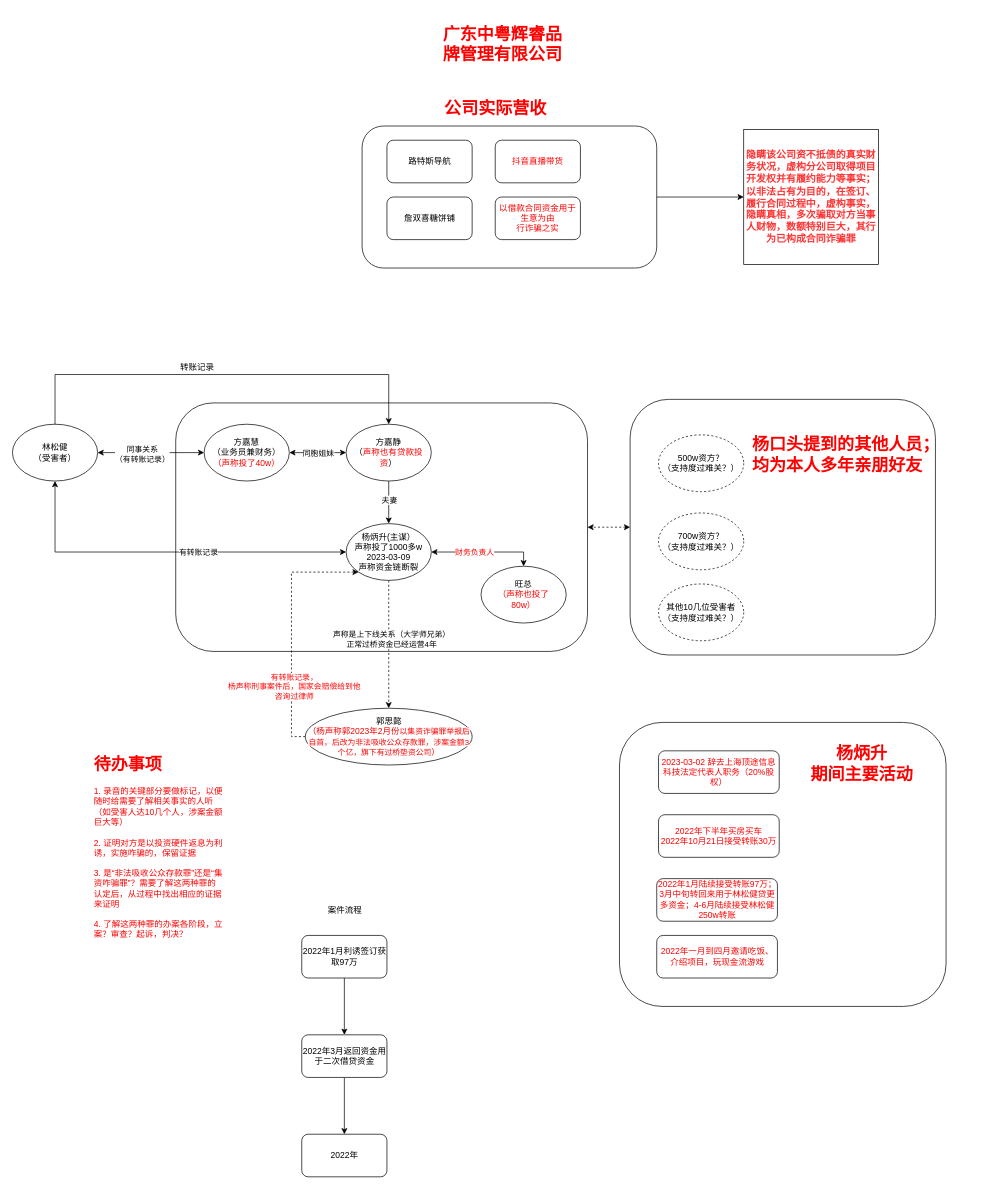
The draw.io diagram scaffolds/案件过程.drawio in Devil0/MyBlog, before the edit. Source tidied: cells renumbered, new cells numbered last; positions are measured from the earlier drawing's top-left corner, leaving out a move shared by most shapes. Both pictures are drawn from the tidied source at 71%, with x=0, y=0 at pixel (12, 12).
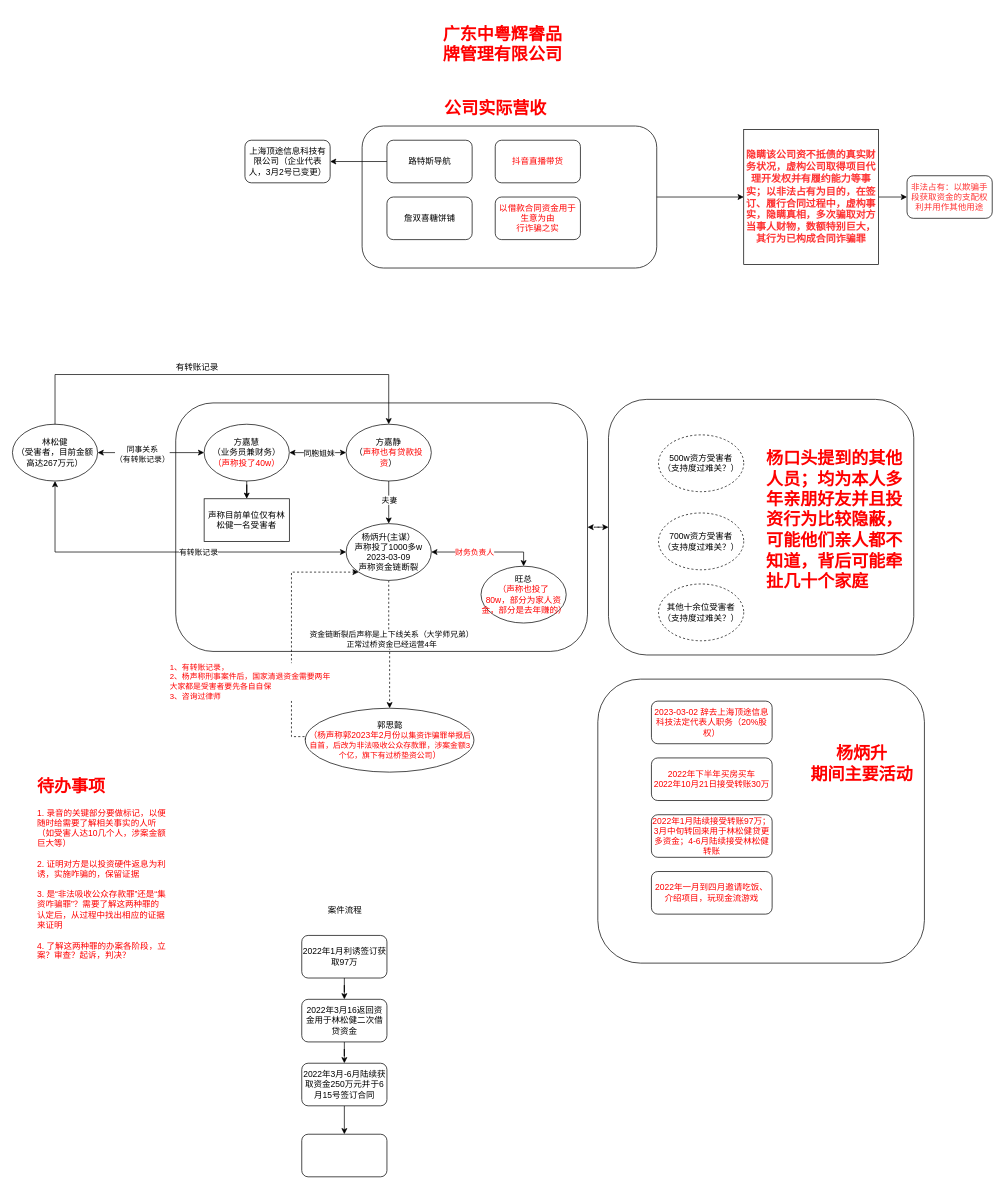
The same page after the edit.

Commit message:
更新案件过程.drawio

The change refers to these unchanged cells:
```xml
<mxCell id="10" style="edgeStyle=orthogonalEdgeStyle;rounded=0;jettySize=auto;html=1;startArrow=classic;startFill=1;" parent="1" edge="1" source="12" target="15">
  <mxGeometry relative="1" as="geometry" />
</mxCell>
<mxCell id="12" value="方嘉慧&lt;br&gt;（业务员兼财务）&lt;br&gt;&lt;span style=&quot;color: rgb(255, 0, 0);&quot;&gt;（声称投了40w）&lt;/span&gt;" style="ellipse;whiteSpace=wrap;html=1;" parent="1" vertex="1">
  <mxGeometry x="270" y="580" width="120" height="80" as="geometry" />
</mxCell>
<mxCell id="18" style="edgeStyle=orthogonalEdgeStyle;rounded=0;jettySize=auto;html=1;dashed=1;" parent="1" edge="1" source="20" target="24">
  <mxGeometry relative="1" as="geometry" />
</mxCell>
<mxCell id="22" style="edgeStyle=orthogonalEdgeStyle;rounded=0;jettySize=auto;html=1;exitX=0;exitY=0.5;exitDx=0;exitDy=0;entryX=0;entryY=1;entryDx=0;entryDy=0;fontColor=#FF0000;startArrow=none;startFill=0;dashed=1;" parent="1" edge="1" source="24" target="20">
  <mxGeometry relative="1" as="geometry">
    <Array as="points">
      <mxPoint x="393" y="1020" />
      <mxPoint x="393" y="788" />
    </Array>
  </mxGeometry>
</mxCell>
<mxCell id="42" value="路特斯导航" style="rounded=1;whiteSpace=wrap;html=1;" parent="1" vertex="1">
  <mxGeometry x="527.5" y="180" width="120" height="60" as="geometry" />
</mxCell>
```

Diff of the diagram source:
```diff
@@
     <mxCell id="3" style="rounded=1;whiteSpace=wrap;html=1;" parent="1" vertex="1">
-      <mxGeometry x="870" y="545" width="430" height="360" as="geometry" />
+      <mxGeometry x="839.5" y="545" width="430" height="360" as="geometry" />
     </mxCell>
@@
-    <mxCell id="9" value="林松健&lt;br&gt;（受害者）" style="ellipse;whiteSpace=wrap;html=1;" parent="1" vertex="1">
+    <mxCell id="9" value="林松健&lt;br&gt;（受害者，目前金额高达267万元）" style="ellipse;whiteSpace=wrap;html=1;" parent="1" vertex="1">
       <mxGeometry y="580" width="120" height="80" as="geometry" />
     </mxCell>
@@
     <mxCell id="11" value="同胞姐妹" style="edgeLabel;html=1;align=center;verticalAlign=middle;" parent="10" vertex="1">
       <mxGeometry x="-0.38" y="-1" relative="1" as="geometry">
-        <mxPoint x="15" y="-1" as="offset" />
+        <mxPoint x="16" y="-1" as="offset" />
       </mxGeometry>
     </mxCell>
+    <mxCell id="53" style="edgeStyle=orthogonalEdgeStyle;rounded=0;jettySize=auto;html=1;" parent="1" edge="1" source="12" target="59">
+      <mxGeometry relative="1" as="geometry" />
+    </mxCell>
@@
-    <mxCell id="19" value="声称是上下线关系（大学师兄弟）&lt;br&gt;正常过桥资金已经运营4年" style="edgeLabel;html=1;align=center;verticalAlign=middle;" parent="18" vertex="1">
+    <mxCell id="19" value="资金链断裂后声称是上下线关系（大学师兄弟）&lt;br&gt;正常过桥资金已经运营4年" style="edgeLabel;html=1;align=center;verticalAlign=middle;" parent="18" vertex="1">
       <mxGeometry x="-0.09" y="3" relative="1" as="geometry" />
     </mxCell>
@@
-    <mxCell id="21" value="旺总&lt;br&gt;&lt;font color=&quot;#ff0000&quot;&gt;（声称也投了&lt;br&gt;80w）&lt;/font&gt;" style="ellipse;whiteSpace=wrap;html=1;" parent="1" vertex="1">
+    <mxCell id="21" value="旺总&lt;br&gt;&lt;font color=&quot;#ff0000&quot;&gt;（声称也投了&lt;br&gt;80w，部分为家人资金，部分是去年赚的）&lt;/font&gt;" style="ellipse;whiteSpace=wrap;html=1;" parent="1" vertex="1">
       <mxGeometry x="660" y="780" width="120" height="80" as="geometry" />
     </mxCell>
@@
-    <mxCell id="23" value="有转账记录，&lt;br&gt;杨声称刑事案件后，国家会赔偿给到他&lt;br&gt;咨询过律师" style="edgeLabel;html=1;align=center;verticalAlign=middle;fontColor=#FF0000;" parent="22" vertex="1">
-      <mxGeometry x="-0.48" y="-3" relative="1" as="geometry" />
+    <mxCell id="23" value="1、有转账记录，&lt;br&gt;2、杨声称刑事案件后，国家清退资金需要两年&lt;br&gt;大家都是受害者要先各自自保&lt;br&gt;3、咨询过律师" style="edgeLabel;html=1;align=left;verticalAlign=middle;fontColor=#FF0000;" parent="22" vertex="1">
+      <mxGeometry x="-0.48" y="-3" relative="1" as="geometry">
+        <mxPoint x="-176" y="-11" as="offset" />
+      </mxGeometry>
     </mxCell>
     <mxCell id="24" value="郭思懿&lt;br&gt;&lt;font color=&quot;#ff0000&quot;&gt;（杨声称郭2023年2月份&lt;span style=&quot;font-size: 11px; background-color: rgb(255, 255, 255);&quot;&gt;以集资诈骗罪举报后自首，后改为非法吸收公众存款罪，涉案金额3个亿，旗下有过桥垫资公司&lt;/span&gt;）&lt;/font&gt;" style="ellipse;whiteSpace=wrap;html=1;" parent="1" vertex="1">
-      <mxGeometry x="412.5" y="980" width="235" height="80" as="geometry" />
+      <mxGeometry x="412.5" y="980" width="237.5" height="90" as="geometry" />
     </mxCell>
@@
-    <mxCell id="26" value="500w资方？&lt;br&gt;（支持度过难关？）" style="ellipse;whiteSpace=wrap;html=1;dashed=1;" parent="1" vertex="1">
+    <mxCell id="26" value="500w资方受害者&lt;br&gt;（支持度过难关？）" style="ellipse;whiteSpace=wrap;html=1;dashed=1;" parent="1" vertex="1">
       <mxGeometry x="910" y="595" width="120" height="80" as="geometry" />
     </mxCell>
-    <mxCell id="27" value="700w资方？&lt;br&gt;（支持度过难关？）" style="ellipse;whiteSpace=wrap;html=1;dashed=1;" parent="1" vertex="1">
+    <mxCell id="27" value="700w资方受害者&lt;br&gt;（支持度过难关？）" style="ellipse;whiteSpace=wrap;html=1;dashed=1;" parent="1" vertex="1">
       <mxGeometry x="910" y="705" width="120" height="80" as="geometry" />
     </mxCell>
-    <mxCell id="28" value="其他10几位受害者&lt;br&gt;（支持度过难关？）" style="ellipse;whiteSpace=wrap;html=1;dashed=1;" parent="1" vertex="1">
+    <mxCell id="28" value="其他十余位受害者&lt;br&gt;（支持度过难关？）" style="ellipse;whiteSpace=wrap;html=1;dashed=1;" parent="1" vertex="1">
       <mxGeometry x="910" y="805" width="120" height="80" as="geometry" />
     </mxCell>
-    <mxCell id="29" value="杨口头提到的其他人员；&lt;br&gt;均为本人多年亲朋好友" style="text;strokeColor=none;fillColor=none;html=1;fontSize=24;fontStyle=1;verticalAlign=middle;align=left;dashed=1;fontColor=#FF0000;" parent="1" vertex="1">
-      <mxGeometry x="1040" y="525" width="129" height="195" as="geometry" />
+    <mxCell id="29" value="杨口头提到的其他人员；均为本人多年亲朋好友并且投资行为比较隐蔽，可能他们亲人都不知道，背后可能牵扯几十个家庭" style="text;strokeColor=none;fillColor=none;html=1;fontSize=24;fontStyle=1;verticalAlign=middle;align=left;dashed=1;fontColor=#FF0000;whiteSpace=wrap;" parent="1" vertex="1">
+      <mxGeometry x="1060" y="600" width="200" height="230" as="geometry" />
     </mxCell>
@@
     <mxCell id="34" style="rounded=1;whiteSpace=wrap;html=1;" parent="1" vertex="1">
-      <mxGeometry x="855" y="1000" width="460" height="400" as="geometry" />
+      <mxGeometry x="824.5" y="939" width="460" height="400" as="geometry" />
     </mxCell>
@@
     <mxCell id="36" value="2023-03-02 辞去上海顶途信息科技法定代表人&lt;span style=&quot;background-color: initial;&quot;&gt;职务（20%股权）&lt;/span&gt;" style="rounded=1;whiteSpace=wrap;html=1;fontColor=#FF0000;" parent="1" vertex="1">
-      <mxGeometry x="910" y="1040" width="170" height="60" as="geometry" />
+      <mxGeometry x="900" y="970" width="170" height="60" as="geometry" />
     </mxCell>
     <mxCell id="37" value="2022年下半年买房买车&lt;br&gt;2022年10月21日接受转账30万" style="rounded=1;whiteSpace=wrap;html=1;fontColor=#FF0000;" parent="1" vertex="1">
-      <mxGeometry x="910" y="1130" width="170" height="60" as="geometry" />
+      <mxGeometry x="900" y="1050" width="170" height="60" as="geometry" />
     </mxCell>
-    <mxCell id="38" value="2022年1月陆续接受转账97万；&lt;br&gt;3月中旬转回来用于林松健贷更多资金；4-6月陆续接受林松健250w转账" style="rounded=1;whiteSpace=wrap;html=1;fontColor=#FF0000;" parent="1" vertex="1">
-      <mxGeometry x="907.5" y="1220" width="170" height="60" as="geometry" />
+    <mxCell id="38" value="2022年1月陆续接受转账97万；&lt;br&gt;3月中旬转回来用于林松健贷更多资金；4-6月陆续接受林松健转账" style="rounded=1;whiteSpace=wrap;html=1;fontColor=#FF0000;" parent="1" vertex="1">
+      <mxGeometry x="900" y="1130" width="170" height="60" as="geometry" />
     </mxCell>
     <mxCell id="39" value="&lt;h1&gt;&lt;font color=&quot;#ff0000&quot;&gt;待办事项&lt;/font&gt;&lt;/h1&gt;&lt;div&gt;&lt;font color=&quot;#ff0000&quot;&gt;1. 录音的关键部分要做标记，以便随时给需要了解相关事实的人听（如受害人达10几个人，涉案金额巨大等）&lt;/font&gt;&lt;/div&gt;&lt;div&gt;&lt;font color=&quot;#ff0000&quot;&gt;&lt;br&gt;&lt;/font&gt;&lt;/div&gt;&lt;div&gt;&lt;font color=&quot;#ff0000&quot;&gt;2. 证明对方是以投资硬件返息为利诱，实施咋骗的，保留证据&lt;/font&gt;&lt;/div&gt;&lt;div&gt;&lt;font color=&quot;#ff0000&quot;&gt;&lt;br&gt;&lt;/font&gt;&lt;/div&gt;&lt;div&gt;&lt;font color=&quot;#ff0000&quot;&gt;3. 是“非法吸收公众存款罪”还是“集资咋骗罪”？需要了解这两种罪的认定后，从过程中找出相应的证据来证明&lt;/font&gt;&lt;/div&gt;&lt;div&gt;&lt;font color=&quot;#ff0000&quot;&gt;&lt;br&gt;&lt;/font&gt;&lt;/div&gt;&lt;div&gt;&lt;font color=&quot;#ff0000&quot;&gt;4. 了解这两种罪的办案各阶段，立案？审查？起诉，判决？&lt;/font&gt;&lt;/div&gt;" style="text;html=1;strokeColor=none;fillColor=none;spacing=5;spacingTop=-20;whiteSpace=wrap;overflow=hidden;rounded=0;" parent="1" vertex="1">
-      <mxGeometry x="110" y="1040" width="190" height="345" as="geometry" />
+      <mxGeometry x="30" y="1070" width="190" height="345" as="geometry" />
     </mxCell>
@@
-    <mxCell id="41" value="转账记录" style="text;html=1;align=center;verticalAlign=middle;strokeColor=none;fillColor=none;" parent="1" vertex="1">
-      <mxGeometry x="225" y="485" width="70" height="30" as="geometry" />
+    <mxCell id="41" value="有转账记录" style="text;html=1;align=center;verticalAlign=middle;strokeColor=none;fillColor=none;" parent="1" vertex="1">
+      <mxGeometry x="220" y="485" width="80" height="30" as="geometry" />
     </mxCell>
+    <mxCell id="54" style="edgeStyle=orthogonalEdgeStyle;rounded=0;jettySize=auto;html=1;" parent="1" edge="1" source="42" target="57">
+      <mxGeometry relative="1" as="geometry" />
+    </mxCell>
@@
+    <mxCell id="55" style="edgeStyle=orthogonalEdgeStyle;rounded=0;jettySize=auto;html=1;" parent="1" edge="1" source="44" target="58">
+      <mxGeometry relative="1" as="geometry" />
+    </mxCell>
-    <mxCell id="44" value="&lt;h3&gt;隐瞒该公司资不抵债的真实财务状况，虚构分公司取得项目开发权并有履约能力等事实；以非法占有为目的，在签订、履行合同过程中，虚构事实，隐瞒真相，多次骗取对方当事人财物，数额特别巨大，其行为已构成合同诈骗罪&lt;/h3&gt;" style="whiteSpace=wrap;html=1;fontColor=#FF3333;" parent="1" vertex="1">
+    <mxCell id="44" value="&lt;h3&gt;隐瞒该公司资不抵债的真实财务状况，虚构公司取得项目代理开发权并有履约能力等事实；以非法占有为目的，在签订、履行合同过程中，虚构事实，隐瞒真相，多次骗取对方当事人财物，数额特别巨大，其行为已构成合同诈骗罪&lt;/h3&gt;" style="whiteSpace=wrap;html=1;fontColor=#FF3333;" parent="1" vertex="1">
       <mxGeometry x="1030" y="165" width="190" height="190" as="geometry" />
     </mxCell>
@@
     <mxCell id="46" value="2022年一月到四月邀请吃饭、介绍项目，玩现金流游戏" style="rounded=1;whiteSpace=wrap;html=1;fontColor=#FF0000;" parent="1" vertex="1">
-      <mxGeometry x="907.5" y="1300" width="170" height="60" as="geometry" />
+      <mxGeometry x="900" y="1210" width="170" height="60" as="geometry" />
     </mxCell>
@@
-    <mxCell id="51" value="2022年3月返回资金用于二次借贷资金" style="whiteSpace=wrap;html=1;rounded=1;" parent="1" vertex="1">
-      <mxGeometry x="407.5" y="1440" width="120" height="60" as="geometry" />
+    <mxCell id="51" value="2022年3月16返回资金用于林松健二次借贷资金" style="whiteSpace=wrap;html=1;rounded=1;" parent="1" vertex="1">
+      <mxGeometry x="407.5" y="1390" width="120" height="60" as="geometry" />
     </mxCell>
+    <mxCell id="56" style="edgeStyle=orthogonalEdgeStyle;rounded=0;jettySize=auto;html=1;" parent="1" edge="1" source="52" target="60">
+      <mxGeometry relative="1" as="geometry" />
+    </mxCell>
-    <mxCell id="52" value="2022年" style="whiteSpace=wrap;html=1;rounded=1;" parent="1" vertex="1">
-      <mxGeometry x="407.5" y="1580" width="120" height="60" as="geometry" />
+    <mxCell id="52" value="2022年3月-6月陆续获取资金250万元并于6月15号签订合同" style="whiteSpace=wrap;html=1;rounded=1;" parent="1" vertex="1">
+      <mxGeometry x="407.5" y="1480" width="120" height="60" as="geometry" />
     </mxCell>
+    <mxCell id="57" value="上海顶途信息科技有限公司（企业代表人，3月2号已变更）" style="rounded=1;whiteSpace=wrap;html=1;" parent="1" vertex="1">
+      <mxGeometry x="327.5" y="180" width="120" height="60" as="geometry" />
+    </mxCell>
+    <mxCell id="58" value="非法占有：以欺骗手段获取资金的支配权利并用作其他用途" style="rounded=1;whiteSpace=wrap;html=1;fontColor=#FF3333;" parent="1" vertex="1">
+      <mxGeometry x="1260" y="230" width="120" height="60" as="geometry" />
+    </mxCell>
+    <mxCell id="59" value="声称目前单位仅有林松健一名受害者" style="whiteSpace=wrap;html=1;" parent="1" vertex="1">
+      <mxGeometry x="270" y="685" width="120" height="60" as="geometry" />
+    </mxCell>
+    <mxCell id="60" style="whiteSpace=wrap;html=1;rounded=1;" parent="1" vertex="1">
+      <mxGeometry x="407.5" y="1580" width="120" height="60" as="geometry" />
+    </mxCell>
```
